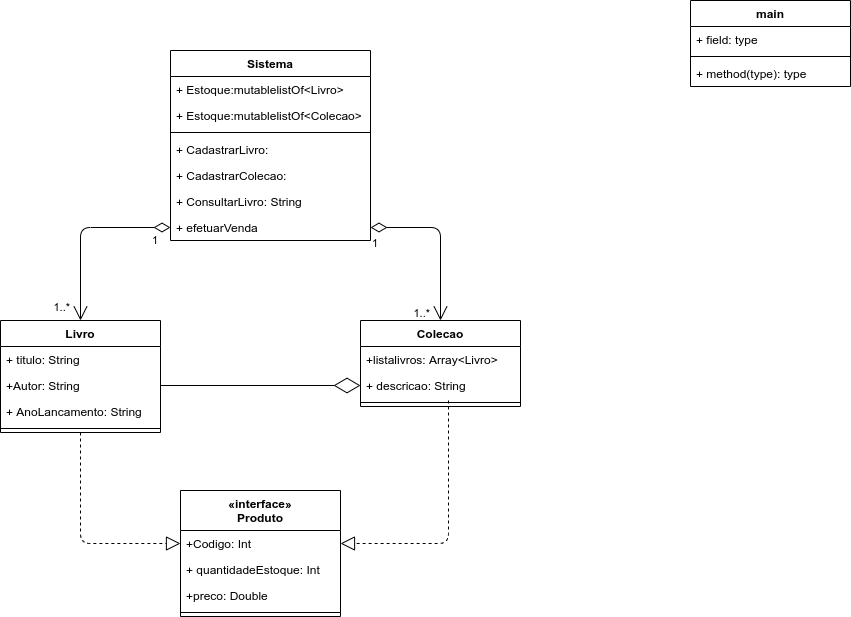
Earlier version of the draw.io export UML_exercicioIntegrador.png (italohmsilva/exercicioIntegrador). Source tidied: cells renumbered, new cells last; positions are measured from the earlier drawing's top-left corner, leaving out a move shared by most shapes.
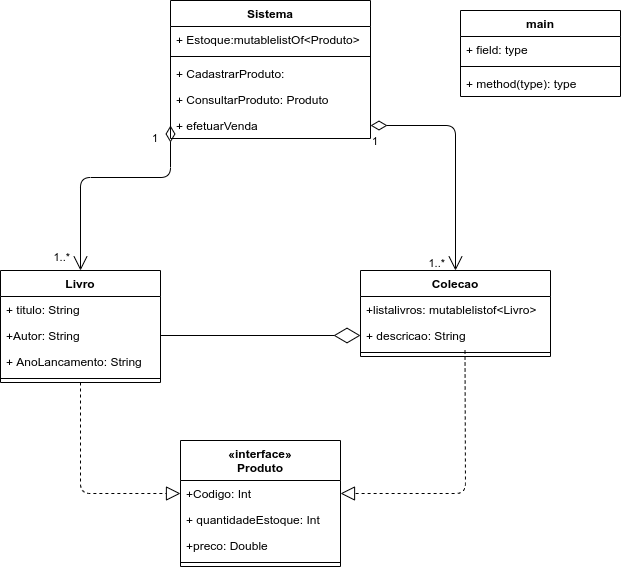
Later version of the same file.

Commit message:
add função mai

Diff of the diagram source:
```diff
@@ -20,18 +20,6 @@
     <mxCell id="7" style="line;strokeWidth=1;fillColor=none;align=left;verticalAlign=middle;spacingTop=-1;spacingLeft=3;spacingRight=3;labelPosition=right;" parent="3" vertex="1">
       <mxGeometry y="104" width="160" height="8" as="geometry" />
     </mxCell>
-    <mxCell id="8" value="main" style="swimlane;fontStyle=1;align=center;verticalAlign=top;horizontal=1;startSize=26;" parent="1" vertex="1">
-      <mxGeometry x="690" width="160" height="86" as="geometry" />
-    </mxCell>
-    <mxCell id="9" value="+ field: type" style="text;strokeColor=none;fillColor=none;align=left;verticalAlign=top;spacingLeft=4;spacingRight=4;overflow=hidden;" parent="8" vertex="1">
-      <mxGeometry y="26" width="160" height="26" as="geometry" />
-    </mxCell>
-    <mxCell id="10" style="line;strokeWidth=1;fillColor=none;align=left;verticalAlign=middle;spacingTop=-1;spacingLeft=3;spacingRight=3;labelPosition=right;" parent="8" vertex="1">
-      <mxGeometry y="52" width="160" height="8" as="geometry" />
-    </mxCell>
-    <mxCell id="11" value="+ method(type): type" style="text;strokeColor=none;fillColor=none;align=left;verticalAlign=top;spacingLeft=4;spacingRight=4;overflow=hidden;" parent="8" vertex="1">
-      <mxGeometry y="60" width="160" height="26" as="geometry" />
-    </mxCell>
     <mxCell id="12" style="endArrow=open;html=1;endSize=12;startArrow=diamondThin;startSize=14;startFill=0;edgeStyle=orthogonalEdgeStyle;exitX=0;exitY=0.5;exitDx=0;exitDy=0;entryX=0.5;entryY=0;entryDx=0;entryDy=0;" parent="1" edge="1" source="36" target="3">
       <mxGeometry relative="1" as="geometry">
         <Array as="points">
@@ -72,21 +60,21 @@
     <mxCell id="19" style="endArrow=block;dashed=1;endFill=0;endSize=12;html=1;entryX=1;entryY=0.5;entryDx=0;entryDy=0;exitX=0.55;exitY=0.25;exitDx=0;exitDy=0;exitPerimeter=0;" parent="1" edge="1" source="23" target="25">
       <mxGeometry relative="1" as="geometry">
         <Array as="points">
-          <mxPoint x="448" y="543" />
+          <mxPoint x="465" y="543" />
         </Array>
       </mxGeometry>
     </mxCell>
     <mxCell id="20" value="Colecao" style="swimlane;fontStyle=1;align=center;verticalAlign=top;horizontal=1;startSize=26;" parent="1" vertex="1">
-      <mxGeometry x="360" y="320" width="160" height="86" as="geometry" />
+      <mxGeometry x="360" y="320" width="190" height="86" as="geometry" />
     </mxCell>
-    <mxCell id="21" value="+listalivros: Array&lt;Livro&gt;" style="text;strokeColor=none;fillColor=none;align=left;verticalAlign=top;spacingLeft=4;spacingRight=4;overflow=hidden;" parent="20" vertex="1">
-      <mxGeometry y="26" width="160" height="26" as="geometry" />
+    <mxCell id="21" value="+listalivros: mutablelistof&lt;Livro&gt;" style="text;strokeColor=none;fillColor=none;align=left;verticalAlign=top;spacingLeft=4;spacingRight=4;overflow=hidden;" parent="20" vertex="1">
+      <mxGeometry y="26" width="190" height="26" as="geometry" />
     </mxCell>
     <mxCell id="22" value="+ descricao: String" style="text;strokeColor=none;fillColor=none;align=left;verticalAlign=top;spacingLeft=4;spacingRight=4;overflow=hidden;points=[[0,0.5],[1,0.5]];portConstraint=eastwest;" parent="20" vertex="1">
-      <mxGeometry y="52" width="160" height="26" as="geometry" />
+      <mxGeometry y="52" width="190" height="26" as="geometry" />
     </mxCell>
     <mxCell id="23" style="line;strokeWidth=1;fillColor=none;align=left;verticalAlign=middle;spacingTop=-1;spacingLeft=3;spacingRight=3;labelPosition=right;points=[];portConstraint=eastwest;" parent="20" vertex="1">
-      <mxGeometry y="78" width="160" height="8" as="geometry" />
+      <mxGeometry y="78" width="190" height="8" as="geometry" />
     </mxCell>
     <mxCell id="24" value="«interface»&#10;Produto" style="swimlane;fontStyle=1;align=center;verticalAlign=top;horizontal=1;startSize=40;" parent="1" vertex="1">
       <mxGeometry x="180" y="490" width="160" height="126" as="geometry" />
@@ -104,28 +92,34 @@
       <mxGeometry y="118" width="160" height="8" as="geometry" />
     </mxCell>
     <mxCell id="29" value="Sistema" style="swimlane;fontStyle=1;align=center;verticalAlign=top;horizontal=1;startSize=26;" parent="1" vertex="1">
-      <mxGeometry x="170" y="50" width="200" height="190" as="geometry" />
+      <mxGeometry x="170" y="50" width="200" height="138" as="geometry" />
     </mxCell>
-    <mxCell id="30" value="+ Estoque:mutablelistOf&lt;Livro&gt;" style="text;strokeColor=none;fillColor=none;align=left;verticalAlign=top;spacingLeft=4;spacingRight=4;overflow=hidden;" parent="29" vertex="1">
-      <mxGeometry y="26" width="200" height="26" as="geometry" />
-    </mxCell>
-    <mxCell id="31" value="+ Estoque:mutablelistOf&lt;Colecao&gt;" style="text;strokeColor=none;fillColor=none;align=left;verticalAlign=top;spacingLeft=4;spacingRight=4;overflow=hidden;" parent="29" vertex="1">
-      <mxGeometry y="52" width="200" height="26" as="geometry" />
+    <mxCell id="31" value="+ Estoque:mutablelistOf&lt;Produto&gt;" style="text;strokeColor=none;fillColor=none;align=left;verticalAlign=top;spacingLeft=4;spacingRight=4;overflow=hidden;" parent="29" vertex="1">
+      <mxGeometry y="26" width="200" height="26" as="geometry" />
     </mxCell>
     <mxCell id="32" style="line;strokeWidth=1;fillColor=none;align=left;verticalAlign=middle;spacingTop=-1;spacingLeft=3;spacingRight=3;labelPosition=right;" parent="29" vertex="1">
-      <mxGeometry y="78" width="200" height="8" as="geometry" />
+      <mxGeometry y="52" width="200" height="8" as="geometry" />
     </mxCell>
-    <mxCell id="33" value="+ CadastrarLivro:" style="text;strokeColor=none;fillColor=none;align=left;verticalAlign=top;spacingLeft=4;spacingRight=4;overflow=hidden;" parent="29" vertex="1">
-      <mxGeometry y="86" width="200" height="26" as="geometry" />
-    </mxCell>
-    <mxCell id="34" value="+ CadastrarColecao:" style="text;strokeColor=none;fillColor=none;align=left;verticalAlign=top;spacingLeft=4;spacingRight=4;overflow=hidden;" parent="29" vertex="1">
-      <mxGeometry y="112" width="200" height="26" as="geometry" />
+    <mxCell id="34" value="+ CadastrarProduto:" style="text;strokeColor=none;fillColor=none;align=left;verticalAlign=top;spacingLeft=4;spacingRight=4;overflow=hidden;" parent="29" vertex="1">
+      <mxGeometry y="60" width="200" height="26" as="geometry" />
     </mxCell>
-    <mxCell id="35" value="+ ConsultarLivro: String" style="text;strokeColor=none;fillColor=none;align=left;verticalAlign=top;spacingLeft=4;spacingRight=4;overflow=hidden;" parent="29" vertex="1">
-      <mxGeometry y="138" width="200" height="26" as="geometry" />
+    <mxCell id="35" value="+ ConsultarProduto: Produto" style="text;strokeColor=none;fillColor=none;align=left;verticalAlign=top;spacingLeft=4;spacingRight=4;overflow=hidden;" parent="29" vertex="1">
+      <mxGeometry y="86" width="200" height="26" as="geometry" />
     </mxCell>
     <mxCell id="36" value="+ efetuarVenda" style="text;strokeColor=none;fillColor=none;align=left;verticalAlign=top;spacingLeft=4;spacingRight=4;overflow=hidden;points=[[0,0.5],[1,0.5]];portConstraint=eastwest;" parent="29" vertex="1">
-      <mxGeometry y="164" width="200" height="26" as="geometry" />
+      <mxGeometry y="112" width="200" height="26" as="geometry" />
     </mxCell>
+    <mxCell id="8" value="main" style="swimlane;fontStyle=1;align=center;verticalAlign=top;horizontal=1;startSize=26;" parent="1" vertex="1">
+      <mxGeometry x="460" y="60" width="160" height="86" as="geometry" />
+    </mxCell>
+    <mxCell id="9" value="+ field: type" style="text;strokeColor=none;fillColor=none;align=left;verticalAlign=top;spacingLeft=4;spacingRight=4;overflow=hidden;" parent="8" vertex="1">
+      <mxGeometry y="26" width="160" height="26" as="geometry" />
+    </mxCell>
+    <mxCell id="10" style="line;strokeWidth=1;fillColor=none;align=left;verticalAlign=middle;spacingTop=-1;spacingLeft=3;spacingRight=3;labelPosition=right;" parent="8" vertex="1">
+      <mxGeometry y="52" width="160" height="8" as="geometry" />
+    </mxCell>
+    <mxCell id="11" value="+ method(type): type" style="text;strokeColor=none;fillColor=none;align=left;verticalAlign=top;spacingLeft=4;spacingRight=4;overflow=hidden;" parent="8" vertex="1">
+      <mxGeometry y="60" width="160" height="26" as="geometry" />
+    </mxCell>
   </root>
 </mxGraphModel>
```
